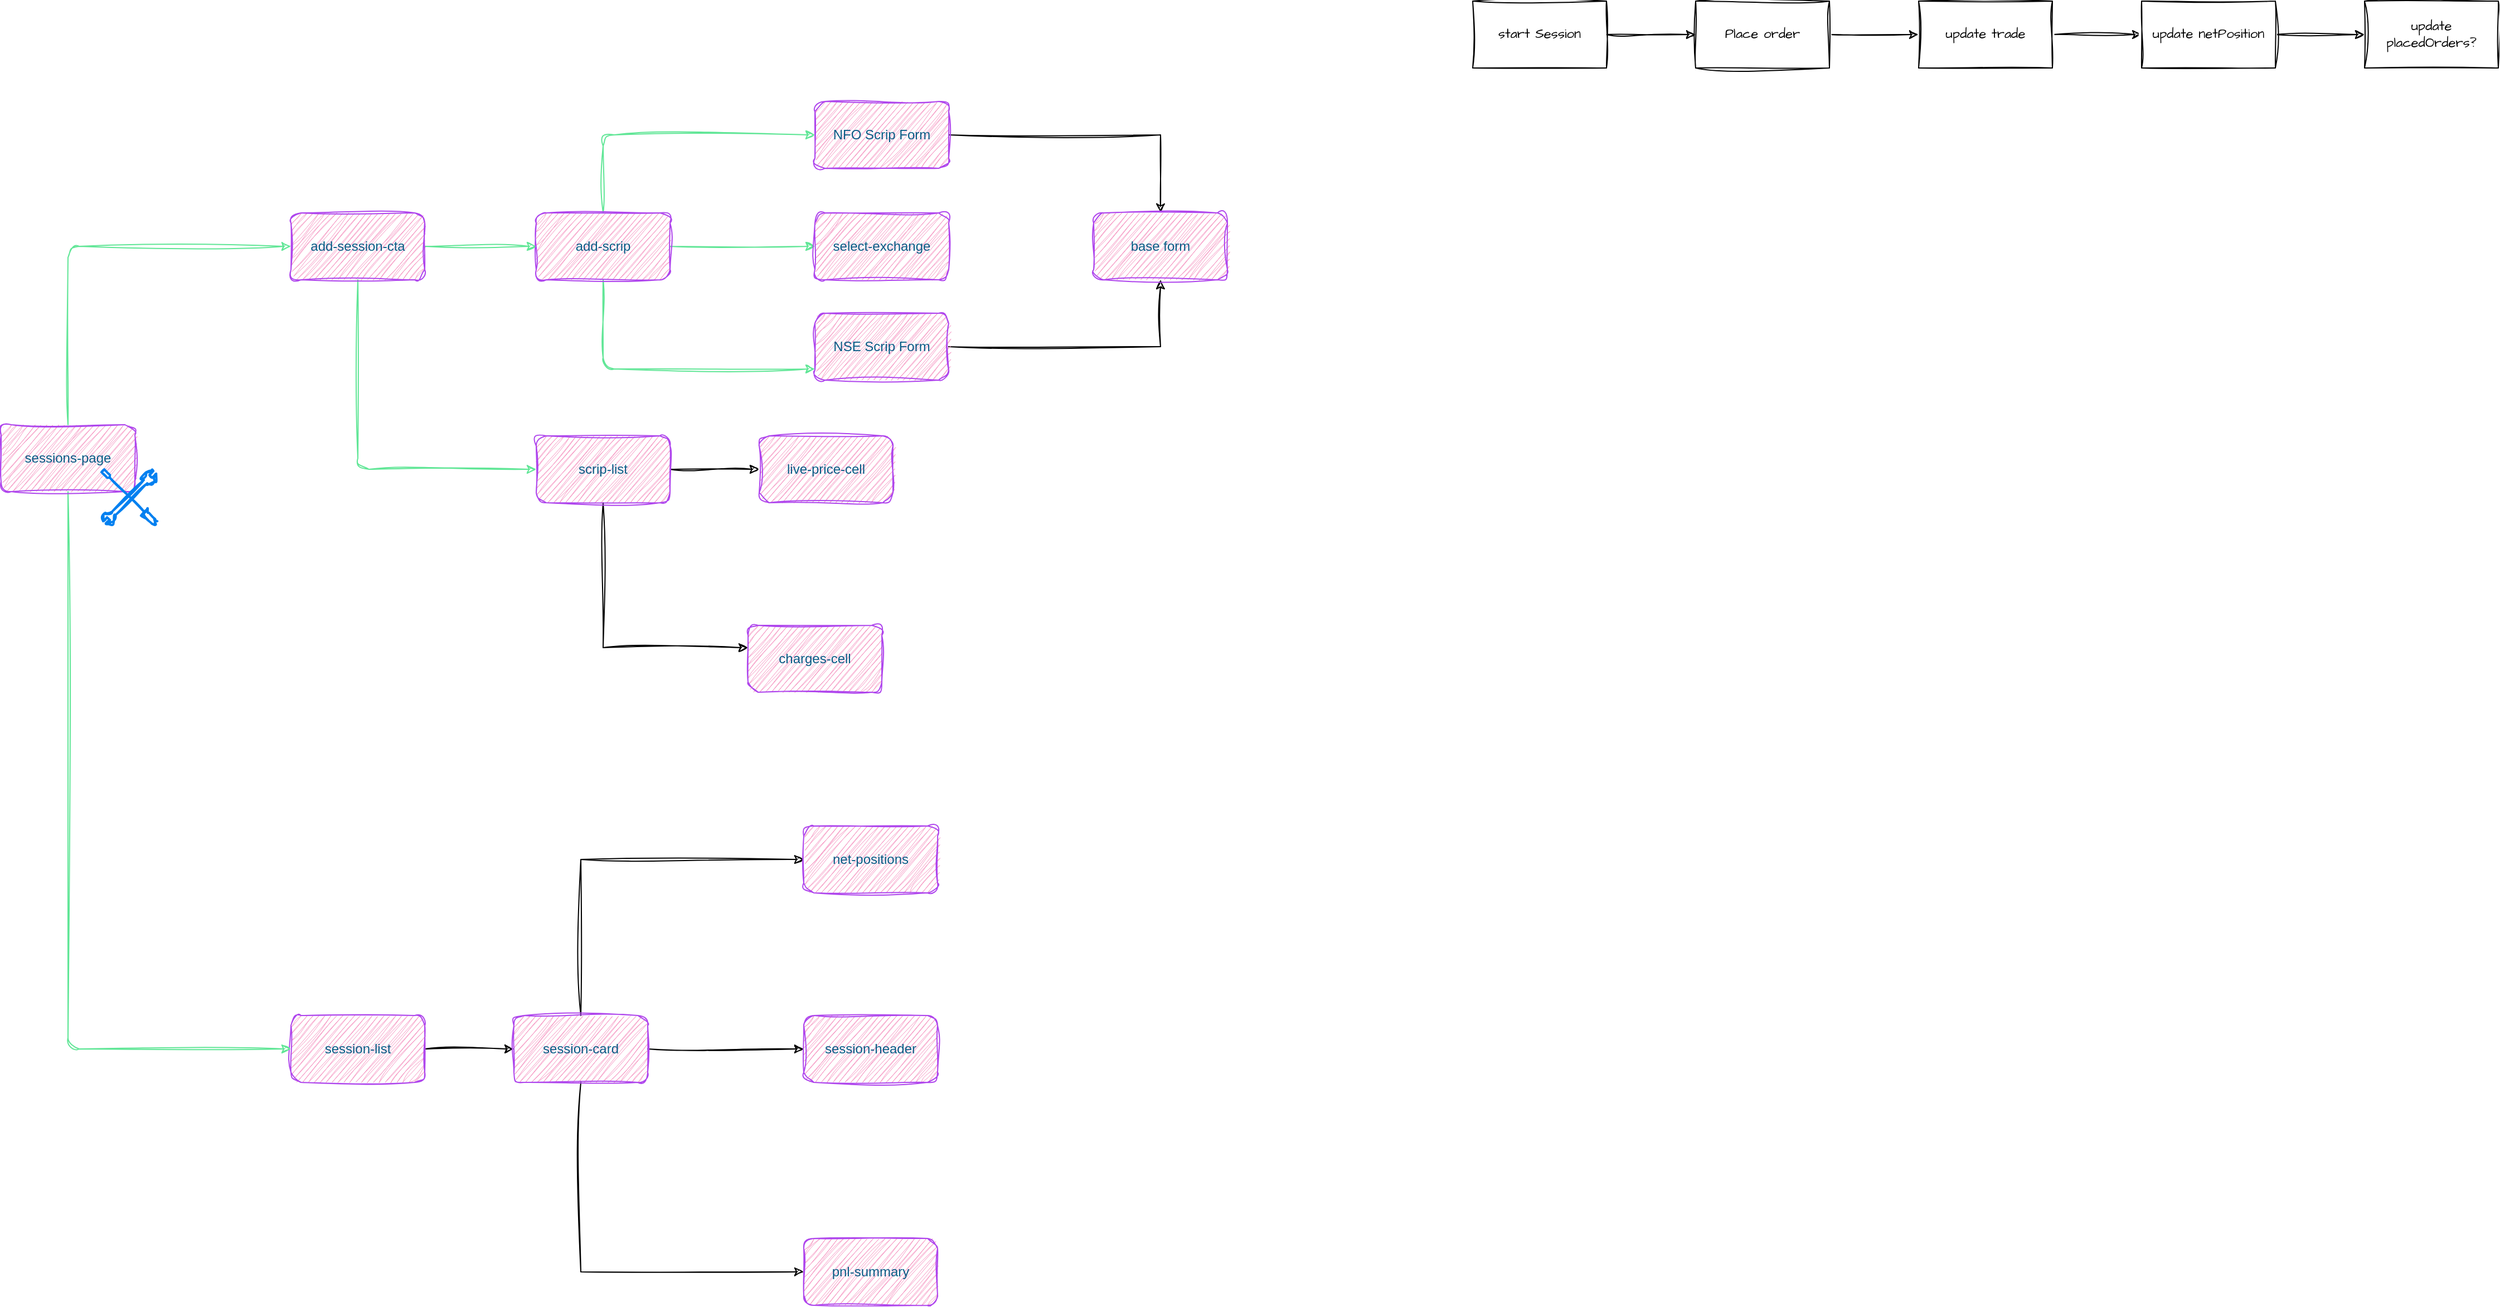
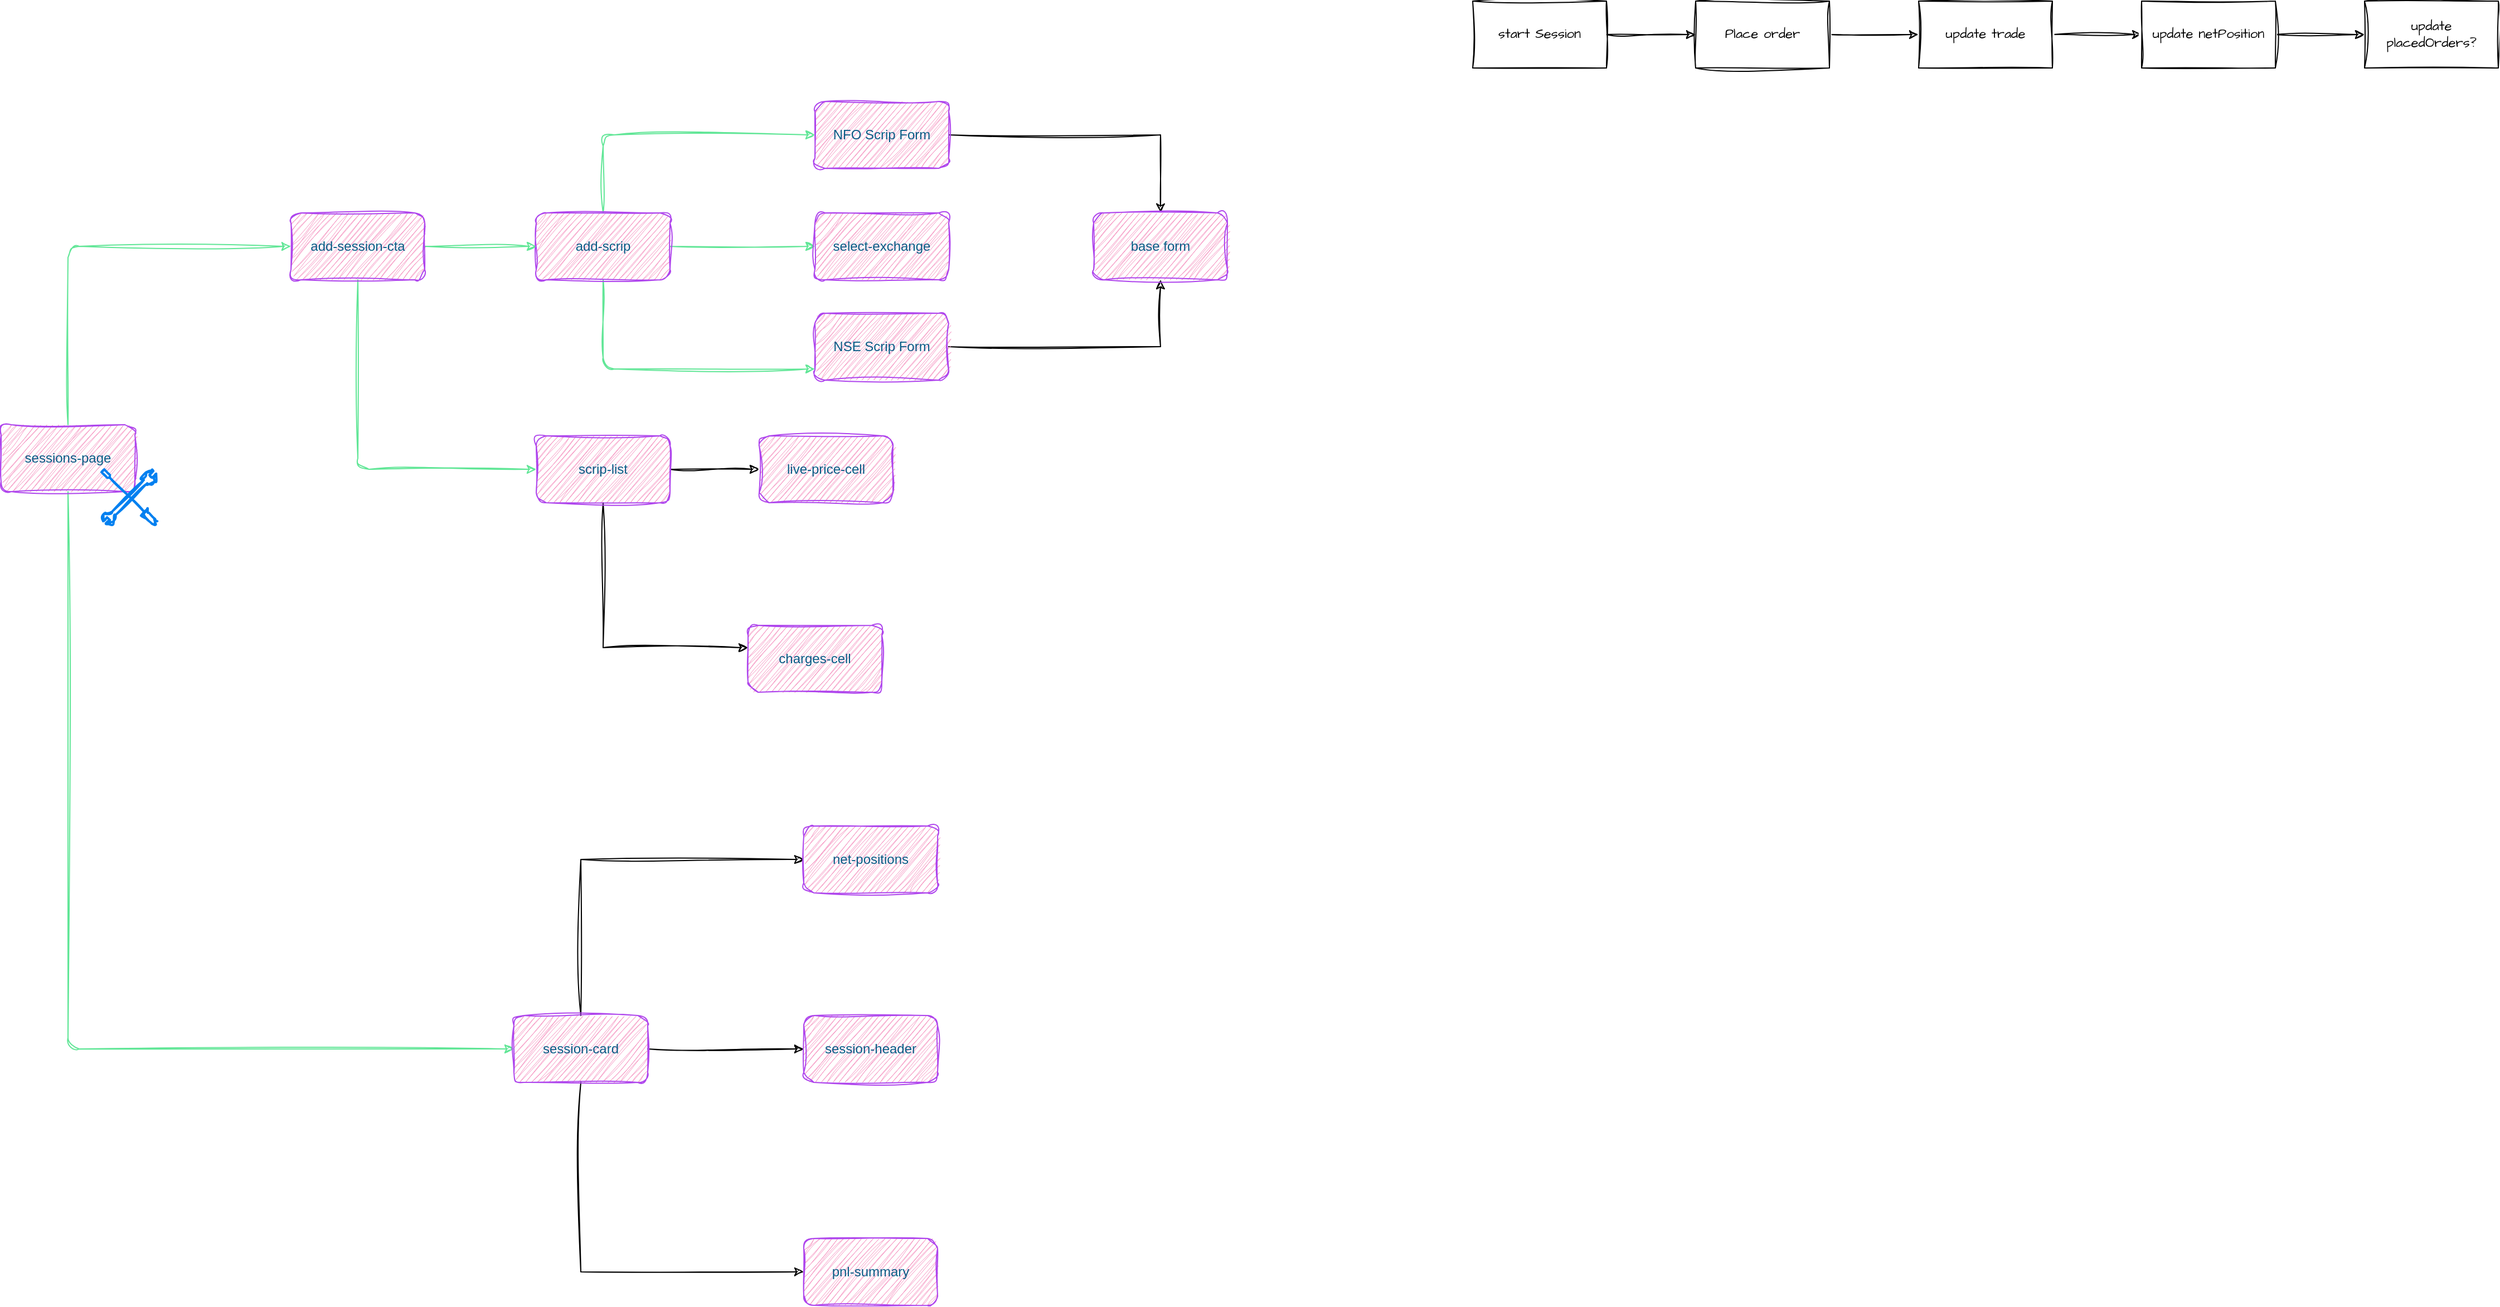
<mxfile host="app.diagrams.net" pages="5">
  <diagram id="wPQbEJP3DVO_ncDqMHqx" name="Sessions Page">
    <mxGraphModel dx="2640" dy="1363" grid="1" gridSize="10" guides="1" tooltips="1" connect="1" arrows="1" fold="1" page="0" pageScale="1" pageWidth="402" pageHeight="874" math="0" shadow="0">
      <root>
        <mxCell id="0" />
        <mxCell id="1" parent="0" />
        <mxCell id="DB1AKVm6qyutKQlFYAWD-6" edge="1" parent="1" source="DB1AKVm6qyutKQlFYAWD-1" style="edgeStyle=orthogonalEdgeStyle;rounded=1;orthogonalLoop=1;jettySize=auto;html=1;sketch=1;curveFitting=1;jiggle=2;labelBackgroundColor=none;strokeColor=#60E696;fontColor=default;" target="DB1AKVm6qyutKQlFYAWD-5" value="">
          <mxGeometry relative="1" as="geometry" />
        </mxCell>
        <mxCell id="DB1AKVm6qyutKQlFYAWD-8" edge="1" parent="1" source="DB1AKVm6qyutKQlFYAWD-1" style="edgeStyle=orthogonalEdgeStyle;rounded=1;orthogonalLoop=1;jettySize=auto;html=1;sketch=1;curveFitting=1;jiggle=2;labelBackgroundColor=none;strokeColor=#60E696;fontColor=default;" target="DB1AKVm6qyutKQlFYAWD-7" value="">
          <mxGeometry relative="1" as="geometry">
            <Array as="points">
              <mxPoint x="120" y="270" />
            </Array>
          </mxGeometry>
        </mxCell>
        <mxCell id="DB1AKVm6qyutKQlFYAWD-10" edge="1" parent="1" source="DB1AKVm6qyutKQlFYAWD-1" style="edgeStyle=orthogonalEdgeStyle;rounded=1;orthogonalLoop=1;jettySize=auto;html=1;sketch=1;curveFitting=1;jiggle=2;labelBackgroundColor=none;strokeColor=#60E696;fontColor=default;" target="DB1AKVm6qyutKQlFYAWD-9" value="">
          <mxGeometry relative="1" as="geometry">
            <Array as="points">
              <mxPoint x="120" y="60" />
            </Array>
          </mxGeometry>
        </mxCell>
        <mxCell id="DB1AKVm6qyutKQlFYAWD-1" parent="1" style="rounded=1;whiteSpace=wrap;html=1;sketch=1;curveFitting=1;jiggle=2;labelBackgroundColor=none;fillColor=#F694C1;strokeColor=#AF45ED;fontColor=#095C86;" value="add-scrip" vertex="1">
          <mxGeometry height="60" width="120" x="60" y="130" as="geometry" />
        </mxCell>
        <mxCell id="DB1AKVm6qyutKQlFYAWD-4" edge="1" parent="1" source="DB1AKVm6qyutKQlFYAWD-3" style="edgeStyle=orthogonalEdgeStyle;rounded=1;orthogonalLoop=1;jettySize=auto;html=1;sketch=1;curveFitting=1;jiggle=2;labelBackgroundColor=none;strokeColor=#60E696;fontColor=default;" target="DB1AKVm6qyutKQlFYAWD-1" value="">
          <mxGeometry relative="1" as="geometry" />
        </mxCell>
        <mxCell id="DB1AKVm6qyutKQlFYAWD-12" edge="1" parent="1" source="DB1AKVm6qyutKQlFYAWD-3" style="edgeStyle=orthogonalEdgeStyle;rounded=1;orthogonalLoop=1;jettySize=auto;html=1;sketch=1;curveFitting=1;jiggle=2;labelBackgroundColor=none;strokeColor=#60E696;fontColor=default;" target="DB1AKVm6qyutKQlFYAWD-11" value="">
          <mxGeometry relative="1" as="geometry">
            <Array as="points">
              <mxPoint x="-100" y="360" />
            </Array>
          </mxGeometry>
        </mxCell>
        <mxCell id="DB1AKVm6qyutKQlFYAWD-3" parent="1" style="rounded=1;whiteSpace=wrap;html=1;sketch=1;curveFitting=1;jiggle=2;labelBackgroundColor=none;fillColor=#F694C1;strokeColor=#AF45ED;fontColor=#095C86;" value="add-session-cta" vertex="1">
          <mxGeometry height="60" width="120" x="-160" y="130" as="geometry" />
        </mxCell>
        <mxCell id="DB1AKVm6qyutKQlFYAWD-5" parent="1" style="whiteSpace=wrap;html=1;rounded=1;sketch=1;curveFitting=1;jiggle=2;labelBackgroundColor=none;fillColor=#F694C1;strokeColor=#AF45ED;fontColor=#095C86;" value="select-exchange" vertex="1">
          <mxGeometry height="60" width="120" x="310" y="130" as="geometry" />
        </mxCell>
        <mxCell id="ouMAoqMrmdJ_XqpmxOQB-3" edge="1" parent="1" source="DB1AKVm6qyutKQlFYAWD-7" style="edgeStyle=orthogonalEdgeStyle;rounded=0;sketch=1;hachureGap=4;jiggle=2;curveFitting=1;orthogonalLoop=1;jettySize=auto;html=1;fontFamily=Architects Daughter;fontSource=https%3A%2F%2Ffonts.googleapis.com%2Fcss%3Ffamily%3DArchitects%2BDaughter;" target="ouMAoqMrmdJ_XqpmxOQB-1">
          <mxGeometry relative="1" as="geometry" />
        </mxCell>
        <mxCell id="DB1AKVm6qyutKQlFYAWD-7" parent="1" style="whiteSpace=wrap;html=1;rounded=1;sketch=1;curveFitting=1;jiggle=2;labelBackgroundColor=none;fillColor=#F694C1;strokeColor=#AF45ED;fontColor=#095C86;" value="NSE Scrip Form" vertex="1">
          <mxGeometry height="60" width="120" x="310" y="220" as="geometry" />
        </mxCell>
        <mxCell id="ouMAoqMrmdJ_XqpmxOQB-2" edge="1" parent="1" source="DB1AKVm6qyutKQlFYAWD-9" style="edgeStyle=orthogonalEdgeStyle;rounded=0;sketch=1;hachureGap=4;jiggle=2;curveFitting=1;orthogonalLoop=1;jettySize=auto;html=1;fontFamily=Architects Daughter;fontSource=https%3A%2F%2Ffonts.googleapis.com%2Fcss%3Ffamily%3DArchitects%2BDaughter;" target="ouMAoqMrmdJ_XqpmxOQB-1" value="">
          <mxGeometry relative="1" as="geometry" />
        </mxCell>
        <mxCell id="DB1AKVm6qyutKQlFYAWD-9" parent="1" style="whiteSpace=wrap;html=1;rounded=1;sketch=1;curveFitting=1;jiggle=2;labelBackgroundColor=none;fillColor=#F694C1;strokeColor=#AF45ED;fontColor=#095C86;" value="NFO Scrip Form" vertex="1">
          <mxGeometry height="60" width="120" x="310" y="30" as="geometry" />
        </mxCell>
        <mxCell id="ouMAoqMrmdJ_XqpmxOQB-15" edge="1" parent="1" source="DB1AKVm6qyutKQlFYAWD-11" style="edgeStyle=orthogonalEdgeStyle;rounded=0;sketch=1;hachureGap=4;jiggle=2;curveFitting=1;orthogonalLoop=1;jettySize=auto;html=1;fontFamily=Architects Daughter;fontSource=https%3A%2F%2Ffonts.googleapis.com%2Fcss%3Ffamily%3DArchitects%2BDaughter;" target="ouMAoqMrmdJ_XqpmxOQB-14" value="">
          <mxGeometry relative="1" as="geometry" />
        </mxCell>
        <mxCell id="ouMAoqMrmdJ_XqpmxOQB-17" edge="1" parent="1" source="DB1AKVm6qyutKQlFYAWD-11" style="edgeStyle=orthogonalEdgeStyle;rounded=0;sketch=1;hachureGap=4;jiggle=2;curveFitting=1;orthogonalLoop=1;jettySize=auto;html=1;fontFamily=Architects Daughter;fontSource=https%3A%2F%2Ffonts.googleapis.com%2Fcss%3Ffamily%3DArchitects%2BDaughter;" target="ouMAoqMrmdJ_XqpmxOQB-16" value="">
          <mxGeometry relative="1" as="geometry">
            <Array as="points">
              <mxPoint x="120" y="520" />
            </Array>
          </mxGeometry>
        </mxCell>
        <mxCell id="DB1AKVm6qyutKQlFYAWD-11" parent="1" style="whiteSpace=wrap;html=1;rounded=1;sketch=1;curveFitting=1;jiggle=2;labelBackgroundColor=none;fillColor=#F694C1;strokeColor=#AF45ED;fontColor=#095C86;" value="scrip-list" vertex="1">
          <mxGeometry height="60" width="120" x="60" y="330" as="geometry" />
        </mxCell>
-         <mxCell id="ouMAoqMrmdJ_XqpmxOQB-20" edge="1" parent="1" source="DB1AKVm6qyutKQlFYAWD-13" style="edgeStyle=orthogonalEdgeStyle;rounded=0;sketch=1;hachureGap=4;jiggle=2;curveFitting=1;orthogonalLoop=1;jettySize=auto;html=1;fontFamily=Architects Daughter;fontSource=https%3A%2F%2Ffonts.googleapis.com%2Fcss%3Ffamily%3DArchitects%2BDaughter;" target="ouMAoqMrmdJ_XqpmxOQB-19" value="">
-           <mxGeometry relative="1" as="geometry" />
-         </mxCell>
-         <mxCell id="DB1AKVm6qyutKQlFYAWD-13" parent="1" style="rounded=1;whiteSpace=wrap;html=1;sketch=1;curveFitting=1;jiggle=2;labelBackgroundColor=none;fillColor=#F694C1;strokeColor=#AF45ED;fontColor=#095C86;" value="session-list" vertex="1">
-           <mxGeometry height="60" width="120" x="-160" y="850" as="geometry" />
-         </mxCell>
        <mxCell id="DB1AKVm6qyutKQlFYAWD-15" edge="1" parent="1" source="DB1AKVm6qyutKQlFYAWD-14" style="edgeStyle=orthogonalEdgeStyle;rounded=1;sketch=1;hachureGap=4;jiggle=2;curveFitting=1;orthogonalLoop=1;jettySize=auto;html=1;entryX=0;entryY=0.5;entryDx=0;entryDy=0;strokeColor=#60E696;fontFamily=Architects Daughter;fontSource=https%3A%2F%2Ffonts.googleapis.com%2Fcss%3Ffamily%3DArchitects%2BDaughter;fontColor=#095C86;fillColor=#F694C1;" target="DB1AKVm6qyutKQlFYAWD-3">
          <mxGeometry relative="1" as="geometry">
            <Array as="points">
              <mxPoint x="-360" y="160" />
            </Array>
          </mxGeometry>
        </mxCell>
-         <mxCell id="DB1AKVm6qyutKQlFYAWD-18" edge="1" parent="1" source="DB1AKVm6qyutKQlFYAWD-14" style="edgeStyle=orthogonalEdgeStyle;rounded=1;sketch=1;hachureGap=4;jiggle=2;curveFitting=1;orthogonalLoop=1;jettySize=auto;html=1;entryX=0;entryY=0.5;entryDx=0;entryDy=0;strokeColor=#60E696;fontFamily=Architects Daughter;fontSource=https%3A%2F%2Ffonts.googleapis.com%2Fcss%3Ffamily%3DArchitects%2BDaughter;fontColor=#095C86;fillColor=#F694C1;" target="DB1AKVm6qyutKQlFYAWD-13">
+         <mxCell id="DB1AKVm6qyutKQlFYAWD-18" edge="1" parent="1" source="DB1AKVm6qyutKQlFYAWD-14" style="edgeStyle=orthogonalEdgeStyle;rounded=1;sketch=1;hachureGap=4;jiggle=2;curveFitting=1;orthogonalLoop=1;jettySize=auto;html=1;entryX=0;entryY=0.5;entryDx=0;entryDy=0;strokeColor=#60E696;fontFamily=Architects Daughter;fontSource=https%3A%2F%2Ffonts.googleapis.com%2Fcss%3Ffamily%3DArchitects%2BDaughter;fontColor=#095C86;fillColor=#F694C1;" target="ouMAoqMrmdJ_XqpmxOQB-19">
          <mxGeometry relative="1" as="geometry">
            <Array as="points">
              <mxPoint x="-360" y="880" />
            </Array>
+             <mxPoint x="-160" y="880" as="targetPoint" />
          </mxGeometry>
        </mxCell>
        <mxCell id="DB1AKVm6qyutKQlFYAWD-14" parent="1" style="rounded=1;whiteSpace=wrap;html=1;sketch=1;curveFitting=1;jiggle=2;labelBackgroundColor=none;fillColor=#F694C1;strokeColor=#AF45ED;fontColor=#095C86;" value="sessions-page" vertex="1">
          <mxGeometry height="60" width="120" x="-420" y="320" as="geometry" />
        </mxCell>
        <mxCell id="ouMAoqMrmdJ_XqpmxOQB-1" parent="1" style="whiteSpace=wrap;html=1;fillColor=#F694C1;strokeColor=#AF45ED;fontColor=#095C86;rounded=1;sketch=1;curveFitting=1;jiggle=2;labelBackgroundColor=none;" value="base form" vertex="1">
          <mxGeometry height="60" width="120" x="560" y="130" as="geometry" />
        </mxCell>
        <mxCell id="ouMAoqMrmdJ_XqpmxOQB-6" edge="1" parent="1" source="ouMAoqMrmdJ_XqpmxOQB-4" style="edgeStyle=orthogonalEdgeStyle;rounded=0;sketch=1;hachureGap=4;jiggle=2;curveFitting=1;orthogonalLoop=1;jettySize=auto;html=1;fontFamily=Architects Daughter;fontSource=https%3A%2F%2Ffonts.googleapis.com%2Fcss%3Ffamily%3DArchitects%2BDaughter;" target="ouMAoqMrmdJ_XqpmxOQB-5" value="">
          <mxGeometry relative="1" as="geometry" />
        </mxCell>
        <mxCell id="ouMAoqMrmdJ_XqpmxOQB-4" parent="1" style="whiteSpace=wrap;html=1;sketch=1;hachureGap=4;jiggle=2;curveFitting=1;fontFamily=Architects Daughter;fontSource=https%3A%2F%2Ffonts.googleapis.com%2Fcss%3Ffamily%3DArchitects%2BDaughter;" value="start Session" vertex="1">
          <mxGeometry height="60" width="120" x="900" y="-60" as="geometry" />
        </mxCell>
        <mxCell id="ouMAoqMrmdJ_XqpmxOQB-8" edge="1" parent="1" source="ouMAoqMrmdJ_XqpmxOQB-5" style="edgeStyle=orthogonalEdgeStyle;rounded=0;sketch=1;hachureGap=4;jiggle=2;curveFitting=1;orthogonalLoop=1;jettySize=auto;html=1;fontFamily=Architects Daughter;fontSource=https%3A%2F%2Ffonts.googleapis.com%2Fcss%3Ffamily%3DArchitects%2BDaughter;" target="ouMAoqMrmdJ_XqpmxOQB-7" value="">
          <mxGeometry relative="1" as="geometry" />
        </mxCell>
        <mxCell id="ouMAoqMrmdJ_XqpmxOQB-5" parent="1" style="whiteSpace=wrap;html=1;fontFamily=Architects Daughter;sketch=1;hachureGap=4;jiggle=2;curveFitting=1;fontSource=https%3A%2F%2Ffonts.googleapis.com%2Fcss%3Ffamily%3DArchitects%2BDaughter;" value="Place order" vertex="1">
          <mxGeometry height="60" width="120" x="1100" y="-60" as="geometry" />
        </mxCell>
        <mxCell id="ouMAoqMrmdJ_XqpmxOQB-10" edge="1" parent="1" source="ouMAoqMrmdJ_XqpmxOQB-7" style="edgeStyle=orthogonalEdgeStyle;rounded=0;sketch=1;hachureGap=4;jiggle=2;curveFitting=1;orthogonalLoop=1;jettySize=auto;html=1;fontFamily=Architects Daughter;fontSource=https%3A%2F%2Ffonts.googleapis.com%2Fcss%3Ffamily%3DArchitects%2BDaughter;" target="ouMAoqMrmdJ_XqpmxOQB-9" value="">
          <mxGeometry relative="1" as="geometry" />
        </mxCell>
        <mxCell id="ouMAoqMrmdJ_XqpmxOQB-7" parent="1" style="whiteSpace=wrap;html=1;fontFamily=Architects Daughter;sketch=1;hachureGap=4;jiggle=2;curveFitting=1;fontSource=https%3A%2F%2Ffonts.googleapis.com%2Fcss%3Ffamily%3DArchitects%2BDaughter;" value="update trade" vertex="1">
          <mxGeometry height="60" width="120" x="1300" y="-60" as="geometry" />
        </mxCell>
        <mxCell id="ouMAoqMrmdJ_XqpmxOQB-12" edge="1" parent="1" source="ouMAoqMrmdJ_XqpmxOQB-9" style="edgeStyle=orthogonalEdgeStyle;rounded=0;sketch=1;hachureGap=4;jiggle=2;curveFitting=1;orthogonalLoop=1;jettySize=auto;html=1;fontFamily=Architects Daughter;fontSource=https%3A%2F%2Ffonts.googleapis.com%2Fcss%3Ffamily%3DArchitects%2BDaughter;" target="ouMAoqMrmdJ_XqpmxOQB-11" value="">
          <mxGeometry relative="1" as="geometry" />
        </mxCell>
        <mxCell id="ouMAoqMrmdJ_XqpmxOQB-9" parent="1" style="whiteSpace=wrap;html=1;fontFamily=Architects Daughter;sketch=1;hachureGap=4;jiggle=2;curveFitting=1;fontSource=https%3A%2F%2Ffonts.googleapis.com%2Fcss%3Ffamily%3DArchitects%2BDaughter;" value="update netPosition" vertex="1">
          <mxGeometry height="60" width="120" x="1500" y="-60" as="geometry" />
        </mxCell>
        <mxCell id="ouMAoqMrmdJ_XqpmxOQB-11" parent="1" style="whiteSpace=wrap;html=1;fontFamily=Architects Daughter;sketch=1;hachureGap=4;jiggle=2;curveFitting=1;fontSource=https%3A%2F%2Ffonts.googleapis.com%2Fcss%3Ffamily%3DArchitects%2BDaughter;" value="update placedOrders?" vertex="1">
          <mxGeometry height="60" width="120" x="1700" y="-60" as="geometry" />
        </mxCell>
        <mxCell id="ouMAoqMrmdJ_XqpmxOQB-13" parent="1" style="html=1;verticalLabelPosition=bottom;align=center;labelBackgroundColor=#ffffff;verticalAlign=top;strokeWidth=2;strokeColor=#0080F0;shadow=0;dashed=0;shape=mxgraph.ios7.icons.tools;pointerEvents=1;sketch=1;hachureGap=4;jiggle=2;curveFitting=1;fontFamily=Architects Daughter;fontSource=https%3A%2F%2Ffonts.googleapis.com%2Fcss%3Ffamily%3DArchitects%2BDaughter;" value="" vertex="1">
          <mxGeometry height="50" width="50" x="-330" y="360" as="geometry" />
        </mxCell>
        <mxCell id="ouMAoqMrmdJ_XqpmxOQB-14" parent="1" style="whiteSpace=wrap;html=1;fillColor=#F694C1;strokeColor=#AF45ED;fontColor=#095C86;rounded=1;sketch=1;curveFitting=1;jiggle=2;labelBackgroundColor=none;" value="live-price-cell" vertex="1">
          <mxGeometry height="60" width="120" x="260" y="330" as="geometry" />
        </mxCell>
        <mxCell id="ouMAoqMrmdJ_XqpmxOQB-16" parent="1" style="whiteSpace=wrap;html=1;fillColor=#F694C1;strokeColor=#AF45ED;fontColor=#095C86;rounded=1;sketch=1;curveFitting=1;jiggle=2;labelBackgroundColor=none;" value="charges-cell" vertex="1">
          <mxGeometry height="60" width="120" x="250" y="500" as="geometry" />
        </mxCell>
        <mxCell id="ouMAoqMrmdJ_XqpmxOQB-22" edge="1" parent="1" source="ouMAoqMrmdJ_XqpmxOQB-19" style="edgeStyle=orthogonalEdgeStyle;rounded=0;sketch=1;hachureGap=4;jiggle=2;curveFitting=1;orthogonalLoop=1;jettySize=auto;html=1;fontFamily=Architects Daughter;fontSource=https%3A%2F%2Ffonts.googleapis.com%2Fcss%3Ffamily%3DArchitects%2BDaughter;" target="ouMAoqMrmdJ_XqpmxOQB-21" value="">
          <mxGeometry relative="1" as="geometry" />
        </mxCell>
        <mxCell id="ouMAoqMrmdJ_XqpmxOQB-25" edge="1" parent="1" source="ouMAoqMrmdJ_XqpmxOQB-19" style="edgeStyle=orthogonalEdgeStyle;rounded=0;sketch=1;hachureGap=4;jiggle=2;curveFitting=1;orthogonalLoop=1;jettySize=auto;html=1;entryX=0;entryY=0.5;entryDx=0;entryDy=0;fontFamily=Architects Daughter;fontSource=https%3A%2F%2Ffonts.googleapis.com%2Fcss%3Ffamily%3DArchitects%2BDaughter;" target="ouMAoqMrmdJ_XqpmxOQB-23">
          <mxGeometry relative="1" as="geometry">
            <Array as="points">
              <mxPoint x="100" y="710" />
            </Array>
          </mxGeometry>
        </mxCell>
        <mxCell id="ouMAoqMrmdJ_XqpmxOQB-27" edge="1" parent="1" source="ouMAoqMrmdJ_XqpmxOQB-19" style="edgeStyle=orthogonalEdgeStyle;rounded=0;sketch=1;hachureGap=4;jiggle=2;curveFitting=1;orthogonalLoop=1;jettySize=auto;html=1;fontFamily=Architects Daughter;fontSource=https%3A%2F%2Ffonts.googleapis.com%2Fcss%3Ffamily%3DArchitects%2BDaughter;" target="ouMAoqMrmdJ_XqpmxOQB-26" value="">
          <mxGeometry relative="1" as="geometry">
            <Array as="points">
              <mxPoint x="100" y="1080" />
            </Array>
          </mxGeometry>
        </mxCell>
        <mxCell id="ouMAoqMrmdJ_XqpmxOQB-19" parent="1" style="whiteSpace=wrap;html=1;fillColor=#F694C1;strokeColor=#AF45ED;fontColor=#095C86;rounded=1;sketch=1;curveFitting=1;jiggle=2;labelBackgroundColor=none;" value="session-card" vertex="1">
          <mxGeometry height="60" width="120" x="40" y="850" as="geometry" />
        </mxCell>
        <mxCell id="ouMAoqMrmdJ_XqpmxOQB-21" parent="1" style="whiteSpace=wrap;html=1;fillColor=#F694C1;strokeColor=#AF45ED;fontColor=#095C86;rounded=1;sketch=1;curveFitting=1;jiggle=2;labelBackgroundColor=none;" value="session-header" vertex="1">
          <mxGeometry height="60" width="120" x="300" y="850" as="geometry" />
        </mxCell>
        <mxCell id="ouMAoqMrmdJ_XqpmxOQB-23" parent="1" style="whiteSpace=wrap;html=1;fillColor=#F694C1;strokeColor=#AF45ED;fontColor=#095C86;rounded=1;sketch=1;curveFitting=1;jiggle=2;labelBackgroundColor=none;" value="net-positions" vertex="1">
          <mxGeometry height="60" width="120" x="300" y="680" as="geometry" />
        </mxCell>
        <mxCell id="ouMAoqMrmdJ_XqpmxOQB-26" parent="1" style="whiteSpace=wrap;html=1;fillColor=#F694C1;strokeColor=#AF45ED;fontColor=#095C86;rounded=1;sketch=1;curveFitting=1;jiggle=2;labelBackgroundColor=none;" value="pnl-summary" vertex="1">
          <mxGeometry height="60" width="120" x="300" y="1050" as="geometry" />
        </mxCell>
      </root>
    </mxGraphModel>
  </diagram>
  <diagram id="YVkBlKKJ4RNEtawBKbZk" name="Session">
    <mxGraphModel dx="1357" dy="626" grid="1" gridSize="10" guides="1" tooltips="1" connect="1" arrows="1" fold="1" page="0" pageScale="1" pageWidth="402" pageHeight="874" math="0" shadow="0">
      <root>
        <mxCell id="0" />
        <mxCell id="1" parent="0" />
        <mxCell id="b8iQl_XISdQ6rZ6kNcMQ-3" edge="1" parent="1" source="b8iQl_XISdQ6rZ6kNcMQ-1" style="edgeStyle=orthogonalEdgeStyle;rounded=0;orthogonalLoop=1;jettySize=auto;html=1;" target="b8iQl_XISdQ6rZ6kNcMQ-2" value="">
          <mxGeometry relative="1" as="geometry" />
        </mxCell>
        <mxCell id="b8iQl_XISdQ6rZ6kNcMQ-1" parent="1" style="rounded=1;whiteSpace=wrap;html=1;" value="start session" vertex="1">
          <mxGeometry height="60" width="120" x="-200" y="80" as="geometry" />
        </mxCell>
        <mxCell id="b8iQl_XISdQ6rZ6kNcMQ-5" edge="1" parent="1" source="b8iQl_XISdQ6rZ6kNcMQ-2" style="edgeStyle=orthogonalEdgeStyle;rounded=0;orthogonalLoop=1;jettySize=auto;html=1;" target="b8iQl_XISdQ6rZ6kNcMQ-4" value="">
          <mxGeometry relative="1" as="geometry" />
        </mxCell>
        <mxCell id="b8iQl_XISdQ6rZ6kNcMQ-2" parent="1" style="whiteSpace=wrap;html=1;rounded=1;" value="place orders&amp;nbsp;&lt;br&gt;(all or none)" vertex="1">
          <mxGeometry height="60" width="120" y="80" as="geometry" />
        </mxCell>
        <mxCell id="b8iQl_XISdQ6rZ6kNcMQ-7" edge="1" parent="1" source="b8iQl_XISdQ6rZ6kNcMQ-4" style="edgeStyle=orthogonalEdgeStyle;rounded=0;orthogonalLoop=1;jettySize=auto;html=1;" target="b8iQl_XISdQ6rZ6kNcMQ-6" value="">
          <mxGeometry relative="1" as="geometry" />
        </mxCell>
        <mxCell id="b8iQl_XISdQ6rZ6kNcMQ-4" parent="1" style="whiteSpace=wrap;html=1;rounded=1;" value="update margins" vertex="1">
          <mxGeometry height="60" width="120" x="200" y="80" as="geometry" />
        </mxCell>
        <mxCell id="b8iQl_XISdQ6rZ6kNcMQ-6" parent="1" style="whiteSpace=wrap;html=1;rounded=1;" value="create session" vertex="1">
          <mxGeometry height="60" width="120" x="200" y="200" as="geometry" />
        </mxCell>
        <mxCell id="b8iQl_XISdQ6rZ6kNcMQ-8" parent="1" style="rounded=1;whiteSpace=wrap;html=1;fillColor=#fff2cc;strokeColor=#d6b656;" value="firebase" vertex="1">
          <mxGeometry height="40" width="80" x="300" y="190" as="geometry" />
        </mxCell>
        <mxCell id="b8iQl_XISdQ6rZ6kNcMQ-9" parent="1" style="rounded=1;whiteSpace=wrap;html=1;fillColor=#fff2cc;strokeColor=#d6b656;" value="kite" vertex="1">
          <mxGeometry height="40" width="80" x="80" y="50" as="geometry" />
        </mxCell>
        <mxCell id="b8iQl_XISdQ6rZ6kNcMQ-10" parent="1" style="rounded=1;whiteSpace=wrap;html=1;fillColor=#fff2cc;strokeColor=#d6b656;" value="firebase" vertex="1">
          <mxGeometry height="40" width="80" x="290" y="60" as="geometry" />
        </mxCell>
      </root>
    </mxGraphModel>
  </diagram>
  <diagram id="4KjMPYYtLXdBkkJX1B08" name="Auth">
    <mxGraphModel dx="1276" dy="835" grid="0" gridSize="10" guides="1" tooltips="1" connect="1" arrows="1" fold="1" page="0" pageScale="1" pageWidth="402" pageHeight="874" math="0" shadow="0">
      <root>
        <mxCell id="0" />
        <mxCell id="1" parent="0" />
        <mxCell id="pPH6oVQiPgVcm9OUePWL-3" edge="1" parent="1" source="pPH6oVQiPgVcm9OUePWL-1" style="edgeStyle=orthogonalEdgeStyle;rounded=0;orthogonalLoop=1;jettySize=auto;html=1;" target="pPH6oVQiPgVcm9OUePWL-2" value="">
          <mxGeometry relative="1" as="geometry" />
        </mxCell>
        <mxCell id="pPH6oVQiPgVcm9OUePWL-1" parent="1" style="rounded=1;whiteSpace=wrap;html=1;" value="User clicks &quot;Login&quot; Button" vertex="1">
          <mxGeometry height="60" width="120" x="23" y="101" as="geometry" />
        </mxCell>
        <mxCell id="pPH6oVQiPgVcm9OUePWL-5" edge="1" parent="1" source="pPH6oVQiPgVcm9OUePWL-2" style="edgeStyle=orthogonalEdgeStyle;rounded=0;orthogonalLoop=1;jettySize=auto;html=1;" target="pPH6oVQiPgVcm9OUePWL-4" value="">
          <mxGeometry relative="1" as="geometry" />
        </mxCell>
        <mxCell id="pPH6oVQiPgVcm9OUePWL-2" parent="1" style="whiteSpace=wrap;html=1;rounded=1;" value="Open the Login URL" vertex="1">
          <mxGeometry height="60" width="120" x="223" y="101" as="geometry" />
        </mxCell>
        <mxCell id="pPH6oVQiPgVcm9OUePWL-7" edge="1" parent="1" source="pPH6oVQiPgVcm9OUePWL-4" style="edgeStyle=orthogonalEdgeStyle;rounded=0;orthogonalLoop=1;jettySize=auto;html=1;" target="pPH6oVQiPgVcm9OUePWL-6" value="">
          <mxGeometry relative="1" as="geometry" />
        </mxCell>
        <mxCell id="pPH6oVQiPgVcm9OUePWL-4" parent="1" style="whiteSpace=wrap;html=1;rounded=1;" value="User logins to Zerodha" vertex="1">
          <mxGeometry height="60" width="120" x="423" y="101" as="geometry" />
        </mxCell>
        <mxCell id="pPH6oVQiPgVcm9OUePWL-9" edge="1" parent="1" source="pPH6oVQiPgVcm9OUePWL-6" style="edgeStyle=orthogonalEdgeStyle;rounded=0;orthogonalLoop=1;jettySize=auto;html=1;" target="pPH6oVQiPgVcm9OUePWL-8" value="">
          <mxGeometry relative="1" as="geometry" />
        </mxCell>
        <mxCell id="pPH6oVQiPgVcm9OUePWL-6" parent="1" style="whiteSpace=wrap;html=1;rounded=1;" value="Redirected to callback URL with request_token&lt;br&gt;&lt;b&gt;http://localhost:3000/api/auth/kite/callback&lt;/b&gt;" vertex="1">
          <mxGeometry height="60" width="262" x="352" y="244" as="geometry" />
        </mxCell>
        <mxCell id="pPH6oVQiPgVcm9OUePWL-13" edge="1" parent="1" source="pPH6oVQiPgVcm9OUePWL-8" style="edgeStyle=orthogonalEdgeStyle;rounded=0;orthogonalLoop=1;jettySize=auto;html=1;" target="pPH6oVQiPgVcm9OUePWL-12" value="">
          <mxGeometry relative="1" as="geometry" />
        </mxCell>
        <mxCell id="pPH6oVQiPgVcm9OUePWL-8" parent="1" style="whiteSpace=wrap;html=1;rounded=1;" value="In loader for this route, generate the session" vertex="1">
          <mxGeometry height="60" width="120" x="17" y="244" as="geometry" />
        </mxCell>
        <mxCell id="pPH6oVQiPgVcm9OUePWL-15" edge="1" parent="1" source="pPH6oVQiPgVcm9OUePWL-12" style="edgeStyle=orthogonalEdgeStyle;rounded=0;orthogonalLoop=1;jettySize=auto;html=1;" target="pPH6oVQiPgVcm9OUePWL-14" value="">
          <mxGeometry relative="1" as="geometry" />
        </mxCell>
        <mxCell id="pPH6oVQiPgVcm9OUePWL-12" parent="1" style="whiteSpace=wrap;html=1;rounded=1;" value="Serialize and save the access token in cookie" vertex="1">
          <mxGeometry height="60" width="120" x="17" y="384" as="geometry" />
        </mxCell>
        <mxCell id="pPH6oVQiPgVcm9OUePWL-17" edge="1" parent="1" source="pPH6oVQiPgVcm9OUePWL-14" style="edgeStyle=orthogonalEdgeStyle;rounded=0;orthogonalLoop=1;jettySize=auto;html=1;" target="pPH6oVQiPgVcm9OUePWL-16" value="">
          <mxGeometry relative="1" as="geometry" />
        </mxCell>
        <mxCell id="pPH6oVQiPgVcm9OUePWL-14" parent="1" style="whiteSpace=wrap;html=1;rounded=1;" value="redirect to /dashboard" vertex="1">
          <mxGeometry height="60" width="120" x="217" y="384" as="geometry" />
        </mxCell>
        <mxCell id="pPH6oVQiPgVcm9OUePWL-19" edge="1" parent="1" source="pPH6oVQiPgVcm9OUePWL-16" style="edgeStyle=orthogonalEdgeStyle;rounded=0;orthogonalLoop=1;jettySize=auto;html=1;" target="pPH6oVQiPgVcm9OUePWL-18" value="">
          <mxGeometry relative="1" as="geometry" />
        </mxCell>
        <mxCell id="pPH6oVQiPgVcm9OUePWL-16" parent="1" style="whiteSpace=wrap;html=1;rounded=1;" value="in dashboard loader, get the access token from the cookie and send it to client" vertex="1">
          <mxGeometry height="60" width="120" x="417" y="384" as="geometry" />
        </mxCell>
        <mxCell id="pPH6oVQiPgVcm9OUePWL-21" edge="1" parent="1" source="pPH6oVQiPgVcm9OUePWL-18" style="edgeStyle=orthogonalEdgeStyle;rounded=0;orthogonalLoop=1;jettySize=auto;html=1;" target="pPH6oVQiPgVcm9OUePWL-20" value="">
          <mxGeometry relative="1" as="geometry" />
        </mxCell>
        <mxCell id="pPH6oVQiPgVcm9OUePWL-18" parent="1" style="whiteSpace=wrap;html=1;rounded=1;" value="front-end creates the kc client with api_key and access_token.&amp;nbsp;&amp;nbsp;" vertex="1">
          <mxGeometry height="60" width="120" x="617" y="384" as="geometry" />
        </mxCell>
        <mxCell id="pPH6oVQiPgVcm9OUePWL-20" parent="1" style="whiteSpace=wrap;html=1;rounded=1;" value="use kc client for calling Kite APIs" vertex="1">
          <mxGeometry height="60" width="120" x="617" y="524" as="geometry" />
        </mxCell>
      </root>
    </mxGraphModel>
  </diagram>
  <diagram name="UI/UX" id="5MV4RERJIjpIYta4IkZD">
    <mxGraphModel dx="3134" dy="2189" grid="0" gridSize="10" guides="1" tooltips="1" connect="1" arrows="1" fold="1" page="0" pageScale="1" pageWidth="402" pageHeight="874" background="#ffffff" math="0" shadow="0">
      <root>
        <mxCell id="0" />
        <mxCell id="1" parent="0" />
        <mxCell id="ExlUUjPYo0Ii6ma58Pc_-14" parent="1" style="rounded=1;whiteSpace=wrap;html=1;" value="" vertex="1">
          <mxGeometry height="321" width="1097" x="-296" y="-20" as="geometry" />
        </mxCell>
        <mxCell id="ExlUUjPYo0Ii6ma58Pc_-13" parent="1" style="rounded=1;whiteSpace=wrap;html=1;" value="" vertex="1">
          <mxGeometry height="321" width="1097" x="-287" y="732" as="geometry" />
        </mxCell>
        <mxCell id="iMmVTYed4h1aN_pzg3ix-1" parent="1" style="text;html=1;whiteSpace=wrap;strokeColor=none;fillColor=none;align=center;verticalAlign=middle;rounded=0;fontStyle=1;fontSize=48;fontColor=light-dark(#7a7978, #ededed);" value="Net Qty." vertex="1">
          <mxGeometry height="59" width="60" x="-120" y="72" as="geometry" />
        </mxCell>
        <mxCell id="iMmVTYed4h1aN_pzg3ix-2" parent="1" style="text;html=1;whiteSpace=wrap;strokeColor=none;fillColor=none;align=center;verticalAlign=middle;rounded=0;fontStyle=1;fontSize=48;fontColor=light-dark(#7a7978, #ededed);" value="AVG. PRICE" vertex="1">
          <mxGeometry height="59" width="60" x="149" y="61" as="geometry" />
        </mxCell>
        <mxCell id="iMmVTYed4h1aN_pzg3ix-3" parent="1" style="text;html=1;whiteSpace=wrap;strokeColor=none;fillColor=none;align=center;verticalAlign=middle;rounded=0;fontStyle=1;fontSize=48;fontColor=light-dark(#7a7978, #ededed);" value="LTP" vertex="1">
          <mxGeometry height="59" width="60" x="418" y="61" as="geometry" />
        </mxCell>
        <mxCell id="iMmVTYed4h1aN_pzg3ix-4" parent="1" style="text;html=1;whiteSpace=wrap;strokeColor=none;fillColor=none;align=center;verticalAlign=middle;rounded=0;fontStyle=1;fontSize=48;fontColor=light-dark(#7a7978, #ededed);" value="PnL" vertex="1">
          <mxGeometry height="59" width="60" x="687" y="61" as="geometry" />
        </mxCell>
        <mxCell id="iMmVTYed4h1aN_pzg3ix-5" parent="1" style="text;html=1;whiteSpace=wrap;strokeColor=none;fillColor=none;align=center;verticalAlign=middle;rounded=0;fontSize=36;fontStyle=1" value="100" vertex="1">
          <mxGeometry height="30" width="60" x="-120" y="211" as="geometry" />
        </mxCell>
        <mxCell id="iMmVTYed4h1aN_pzg3ix-6" parent="1" style="text;html=1;whiteSpace=wrap;strokeColor=none;fillColor=none;align=center;verticalAlign=middle;rounded=0;fontSize=36;fontStyle=1" value="36.40" vertex="1">
          <mxGeometry height="30" width="60" x="149" y="211" as="geometry" />
        </mxCell>
        <mxCell id="iMmVTYed4h1aN_pzg3ix-7" parent="1" style="text;html=1;whiteSpace=wrap;strokeColor=none;fillColor=none;align=center;verticalAlign=middle;rounded=0;fontSize=36;fontStyle=1" value="37.45" vertex="1">
          <mxGeometry height="30" width="60" x="418" y="211" as="geometry" />
        </mxCell>
        <mxCell id="iMmVTYed4h1aN_pzg3ix-8" parent="1" style="text;html=1;whiteSpace=wrap;strokeColor=none;fillColor=none;align=center;verticalAlign=middle;rounded=0;fontSize=36;fontStyle=1" value="100" vertex="1">
          <mxGeometry height="30" width="60" x="687" y="211" as="geometry" />
        </mxCell>
        <mxCell id="7si3vGMUa6yKKs87A3T9-2" edge="1" parent="1" source="7si3vGMUa6yKKs87A3T9-1" style="edgeStyle=orthogonalEdgeStyle;rounded=0;orthogonalLoop=1;jettySize=auto;html=1;exitX=0.5;exitY=0;exitDx=0;exitDy=0;entryX=0;entryY=0.5;entryDx=0;entryDy=0;" target="iMmVTYed4h1aN_pzg3ix-5">
          <mxGeometry relative="1" as="geometry">
            <Array as="points">
              <mxPoint x="-283" y="227" />
              <mxPoint x="-139" y="227" />
            </Array>
            <mxPoint x="-139.09090909090924" y="259.27272727272725" as="targetPoint" />
          </mxGeometry>
        </mxCell>
        <mxCell id="7si3vGMUa6yKKs87A3T9-1" parent="1" style="text;html=1;whiteSpace=wrap;strokeColor=none;fillColor=none;align=center;verticalAlign=middle;rounded=0;fontStyle=1" value="Red color if negative, blue color if positive" vertex="1">
          <mxGeometry height="70" width="129" x="-347" y="453" as="geometry" />
        </mxCell>
        <mxCell id="7si3vGMUa6yKKs87A3T9-4" edge="1" parent="1" source="7si3vGMUa6yKKs87A3T9-3" style="edgeStyle=orthogonalEdgeStyle;rounded=0;orthogonalLoop=1;jettySize=auto;html=1;entryX=0.5;entryY=1;entryDx=0;entryDy=0;" target="iMmVTYed4h1aN_pzg3ix-8">
          <mxGeometry relative="1" as="geometry" />
        </mxCell>
        <mxCell id="7si3vGMUa6yKKs87A3T9-3" parent="1" style="text;html=1;whiteSpace=wrap;strokeColor=none;fillColor=none;align=center;verticalAlign=middle;rounded=0;fontStyle=1" value="Red color if negative, blue color if positive" vertex="1">
          <mxGeometry height="70" width="129" x="681" y="398" as="geometry" />
        </mxCell>
        <mxCell id="7si3vGMUa6yKKs87A3T9-5" parent="1" style="text;html=1;whiteSpace=wrap;strokeColor=none;fillColor=none;align=center;verticalAlign=middle;rounded=0;" value="Will receive the following props:&lt;br&gt;netQuantity: number;&lt;br&gt;&lt;div&gt;averagePrice: number&lt;/div&gt;&lt;div&gt;ltp: number;&lt;/div&gt;" vertex="1">
          <mxGeometry height="101" width="203" x="-25" y="355" as="geometry" />
        </mxCell>
        <mxCell id="7si3vGMUa6yKKs87A3T9-6" parent="1" style="text;html=1;whiteSpace=wrap;strokeColor=none;fillColor=none;align=center;verticalAlign=middle;rounded=0;" value="PnL needs to be calculated by the component" vertex="1">
          <mxGeometry height="101" width="203" x="-21" y="482" as="geometry" />
        </mxCell>
        <mxCell id="7si3vGMUa6yKKs87A3T9-7" parent="1" style="text;html=1;whiteSpace=wrap;strokeColor=none;fillColor=none;align=center;verticalAlign=middle;rounded=0;fontStyle=1;fontSize=48;fontColor=light-dark(#7a7978, #ededed);" value="Net Qty." vertex="1">
          <mxGeometry height="59" width="60" x="-186" y="816" as="geometry" />
        </mxCell>
        <mxCell id="7si3vGMUa6yKKs87A3T9-8" parent="1" style="text;html=1;whiteSpace=wrap;strokeColor=none;fillColor=none;align=center;verticalAlign=middle;rounded=0;fontStyle=1;fontSize=48;fontColor=light-dark(#7a7978, #ededed);" value="AVG. PRICE" vertex="1">
          <mxGeometry height="59" width="60" x="83" y="805" as="geometry" />
        </mxCell>
        <mxCell id="7si3vGMUa6yKKs87A3T9-9" parent="1" style="text;html=1;whiteSpace=wrap;strokeColor=none;fillColor=none;align=center;verticalAlign=middle;rounded=0;fontStyle=1;fontSize=48;fontColor=light-dark(#7a7978, #ededed);" value="LTP" vertex="1">
          <mxGeometry height="59" width="60" x="352" y="805" as="geometry" />
        </mxCell>
        <mxCell id="7si3vGMUa6yKKs87A3T9-10" parent="1" style="text;html=1;whiteSpace=wrap;strokeColor=none;fillColor=none;align=center;verticalAlign=middle;rounded=0;fontStyle=1;fontSize=48;fontColor=light-dark(#7a7978, #ededed);" value="PnL" vertex="1">
          <mxGeometry height="59" width="60" x="621" y="805" as="geometry" />
        </mxCell>
        <mxCell id="7si3vGMUa6yKKs87A3T9-11" parent="1" style="text;html=1;whiteSpace=wrap;strokeColor=none;fillColor=none;align=center;verticalAlign=middle;rounded=0;fontSize=18;fontStyle=1" value="{props.netQuantity}" vertex="1">
          <mxGeometry height="30" width="60" x="-186" y="955" as="geometry" />
        </mxCell>
        <mxCell id="7si3vGMUa6yKKs87A3T9-12" parent="1" style="text;html=1;whiteSpace=wrap;strokeColor=none;fillColor=none;align=center;verticalAlign=middle;rounded=0;fontSize=18;fontStyle=1" value="&lt;div&gt;{props.averagePrice}&lt;/div&gt;" vertex="1">
          <mxGeometry height="30" width="60" x="83" y="955" as="geometry" />
        </mxCell>
        <mxCell id="7si3vGMUa6yKKs87A3T9-13" parent="1" style="text;html=1;whiteSpace=wrap;strokeColor=none;fillColor=none;align=center;verticalAlign=middle;rounded=0;fontSize=18;fontStyle=1" value="{props.ltp}" vertex="1">
          <mxGeometry height="30" width="60" x="352" y="955" as="geometry" />
        </mxCell>
        <mxCell id="7si3vGMUa6yKKs87A3T9-14" parent="1" style="text;html=1;whiteSpace=wrap;strokeColor=none;fillColor=none;align=center;verticalAlign=middle;rounded=0;fontSize=18;fontStyle=1" value="{pnl}" vertex="1">
          <mxGeometry height="30" width="60" x="621" y="955" as="geometry" />
        </mxCell>
        <mxCell id="ExlUUjPYo0Ii6ma58Pc_-1" parent="1" style="rounded=1;whiteSpace=wrap;html=1;" value="" vertex="1">
          <mxGeometry height="321" width="1253" x="-202" y="1234" as="geometry" />
        </mxCell>
        <mxCell id="ExlUUjPYo0Ii6ma58Pc_-2" parent="1" style="text;html=1;whiteSpace=wrap;strokeColor=none;fillColor=none;align=center;verticalAlign=middle;rounded=0;fontStyle=1;fontSize=48;fontColor=light-dark(#7a7978, #ededed);" value="Total Margin" vertex="1">
          <mxGeometry height="59" width="168" x="-154" y="1292" as="geometry" />
        </mxCell>
        <mxCell id="ExlUUjPYo0Ii6ma58Pc_-3" parent="1" style="text;html=1;whiteSpace=wrap;strokeColor=none;fillColor=none;align=center;verticalAlign=middle;rounded=0;fontStyle=1;fontSize=48;fontColor=light-dark(#7a7978, #ededed);" value="Utilized Margin" vertex="1">
          <mxGeometry height="59" width="168" x="330" y="1295" as="geometry" />
        </mxCell>
        <mxCell id="ExlUUjPYo0Ii6ma58Pc_-4" parent="1" style="text;html=1;whiteSpace=wrap;strokeColor=none;fillColor=none;align=center;verticalAlign=middle;rounded=0;fontStyle=1;fontSize=48;fontColor=light-dark(#7a7978, #ededed);" value="Net Margin" vertex="1">
          <mxGeometry height="59" width="168" x="813" y="1289" as="geometry" />
        </mxCell>
        <mxCell id="ExlUUjPYo0Ii6ma58Pc_-5" parent="1" style="text;html=1;whiteSpace=wrap;strokeColor=none;fillColor=none;align=center;verticalAlign=middle;rounded=0;fontSize=42;" value="₹2000" vertex="1">
          <mxGeometry height="30" width="60" x="-100" y="1412" as="geometry" />
        </mxCell>
        <mxCell id="ExlUUjPYo0Ii6ma58Pc_-7" parent="1" style="text;html=1;whiteSpace=wrap;strokeColor=none;fillColor=none;align=center;verticalAlign=middle;rounded=0;fontSize=42;" value="₹200" vertex="1">
          <mxGeometry height="30" width="60" x="384" y="1412" as="geometry" />
        </mxCell>
        <mxCell id="ExlUUjPYo0Ii6ma58Pc_-8" parent="1" style="text;html=1;whiteSpace=wrap;strokeColor=none;fillColor=none;align=center;verticalAlign=middle;rounded=0;fontSize=42;" value="₹1800" vertex="1">
          <mxGeometry height="30" width="60" x="867" y="1412" as="geometry" />
        </mxCell>
        <mxCell id="ExlUUjPYo0Ii6ma58Pc_-9" parent="1" style="html=1;shadow=0;dashed=0;shape=mxgraph.bootstrap.rrect;rSize=5;fillColor=#E9ECEF;strokeColor=none;" value="" vertex="1">
          <mxGeometry height="20" width="800" x="24.5" y="1507" as="geometry" />
        </mxCell>
        <mxCell id="ExlUUjPYo0Ii6ma58Pc_-10" parent="ExlUUjPYo0Ii6ma58Pc_-9" style="html=1;shadow=0;dashed=0;shape=mxgraph.bootstrap.leftButton;rSize=5;fillColor=#1CA5B8;strokeColor=none;resizeHeight=1;" value="" vertex="1">
          <mxGeometry height="20" relative="1" width="250" as="geometry" />
        </mxCell>
        <mxCell id="ExlUUjPYo0Ii6ma58Pc_-11" parent="1" style="text;html=1;whiteSpace=wrap;strokeColor=none;fillColor=none;align=center;verticalAlign=middle;rounded=0;fontSize=24;" value="The max value on the progress bar is the total margin and the filled in part is the utilized margin" vertex="1">
          <mxGeometry height="92" width="269" x="175" y="1620" as="geometry" />
        </mxCell>
        <mxCell id="ExlUUjPYo0Ii6ma58Pc_-12" edge="1" parent="1" source="ExlUUjPYo0Ii6ma58Pc_-11" style="edgeStyle=orthogonalEdgeStyle;rounded=0;orthogonalLoop=1;jettySize=auto;html=1;exitX=0.5;exitY=0;exitDx=0;exitDy=0;entryX=0.412;entryY=0.999;entryDx=0;entryDy=0;entryPerimeter=0;" target="ExlUUjPYo0Ii6ma58Pc_-1">
          <mxGeometry relative="1" as="geometry" />
        </mxCell>
      </root>
    </mxGraphModel>
  </diagram>
  <diagram id="dmkDPsUycKQvBsQ4H3Di" name="Kite-Fly-Ticker-Architecture">
    <mxGraphModel dx="1357" dy="626" grid="0" gridSize="10" guides="1" tooltips="1" connect="1" arrows="1" fold="1" page="0" pageScale="1" pageWidth="402" pageHeight="874" math="0" shadow="0">
      <root>
        <mxCell id="0" />
        <mxCell id="1" parent="0" />
        <mxCell id="FDZGNOtkY16CQce4NqAR-3" edge="1" parent="1" source="FDZGNOtkY16CQce4NqAR-1" style="edgeStyle=orthogonalEdgeStyle;rounded=0;orthogonalLoop=1;jettySize=auto;html=1;" target="FDZGNOtkY16CQce4NqAR-2" value="">
          <mxGeometry relative="1" as="geometry" />
        </mxCell>
        <mxCell id="FDZGNOtkY16CQce4NqAR-1" parent="1" style="rounded=1;whiteSpace=wrap;html=1;" value="Client posts a request - for example:&lt;br&gt;&lt;div&gt;&lt;br&gt;&lt;/div&gt;&lt;br&gt;&lt;div&gt;fetch(&quot;http://localhost:3000/api/ltp&quot;, () =&amp;gt; {&lt;/div&gt;&lt;div&gt;method: &quot;POST&quot;,&lt;/div&gt;&lt;div&gt;body: JSON.stringify({&lt;/div&gt;&lt;div&gt;instrument: &quot;WIPRO&quot;,&lt;br&gt;ltp: 128.10&lt;/div&gt;&lt;div&gt;})&lt;/div&gt;&lt;div&gt;})&lt;br&gt;&lt;br&gt;The call is made from another site - for ex. https://kite.zerodha.com&lt;/div&gt;" vertex="1">
          <mxGeometry height="236" width="345" x="-33" y="45" as="geometry" />
        </mxCell>
        <mxCell id="FDZGNOtkY16CQce4NqAR-5" edge="1" parent="1" source="FDZGNOtkY16CQce4NqAR-2" style="edgeStyle=orthogonalEdgeStyle;rounded=0;orthogonalLoop=1;jettySize=auto;html=1;" target="FDZGNOtkY16CQce4NqAR-4" value="">
          <mxGeometry relative="1" as="geometry" />
        </mxCell>
        <mxCell id="FDZGNOtkY16CQce4NqAR-2" parent="1" style="whiteSpace=wrap;html=1;rounded=1;" value="SERVER" vertex="1">
          <mxGeometry height="60" width="120" x="504.5" y="98.5" as="geometry" />
        </mxCell>
        <mxCell id="FDZGNOtkY16CQce4NqAR-8" edge="1" parent="1" source="FDZGNOtkY16CQce4NqAR-4" style="edgeStyle=orthogonalEdgeStyle;rounded=0;orthogonalLoop=1;jettySize=auto;html=1;exitX=0.75;exitY=1;exitDx=0;exitDy=0;entryX=1;entryY=0.75;entryDx=0;entryDy=0;" target="FDZGNOtkY16CQce4NqAR-6">
          <mxGeometry relative="1" as="geometry" />
        </mxCell>
        <mxCell id="FDZGNOtkY16CQce4NqAR-4" parent="1" style="whiteSpace=wrap;html=1;rounded=1;" value="Websocket" vertex="1">
          <mxGeometry height="60" width="120" x="504.5" y="265" as="geometry" />
        </mxCell>
        <mxCell id="FDZGNOtkY16CQce4NqAR-7" edge="1" parent="1" source="FDZGNOtkY16CQce4NqAR-6" style="edgeStyle=orthogonalEdgeStyle;rounded=0;orthogonalLoop=1;jettySize=auto;html=1;entryX=0.5;entryY=1;entryDx=0;entryDy=0;" target="FDZGNOtkY16CQce4NqAR-4">
          <mxGeometry relative="1" as="geometry" />
        </mxCell>
        <mxCell id="FDZGNOtkY16CQce4NqAR-6" parent="1" style="rounded=1;whiteSpace=wrap;html=1;" value="On another client,&lt;div&gt;new Websocket()&lt;/div&gt;// receive the data which is sent from /api/ltp" vertex="1">
          <mxGeometry height="167" width="345" x="1" y="392" as="geometry" />
        </mxCell>
      </root>
    </mxGraphModel>
  </diagram>
</mxfile>
